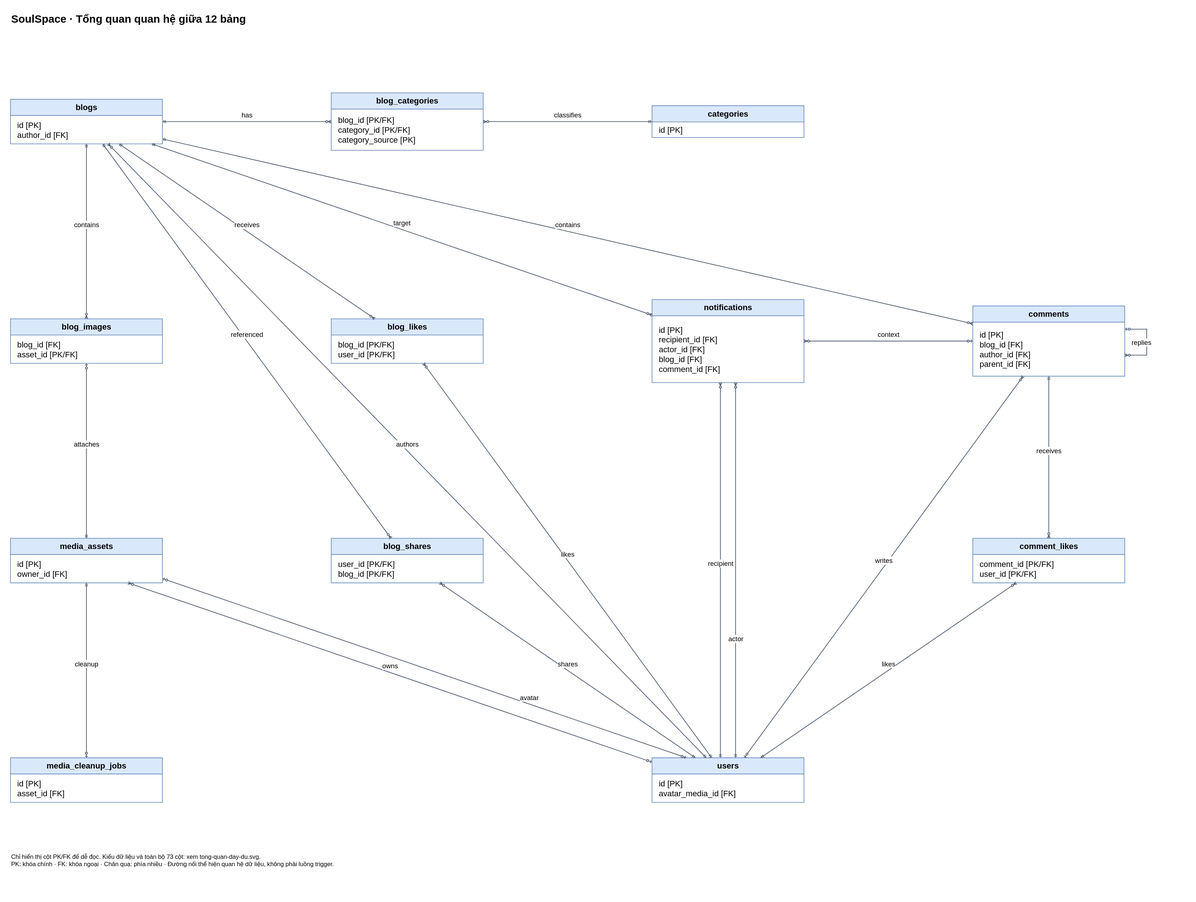
Ngocanhjr/SoulSpace keeps this draw.io diagram as docs/spec/assets/erd/tong-quan.svg. Above is the earlier version. Source tidied: cells renumbered, new cells last; positions are measured from the earlier drawing's top-left corner, leaving out a move shared by most shapes.
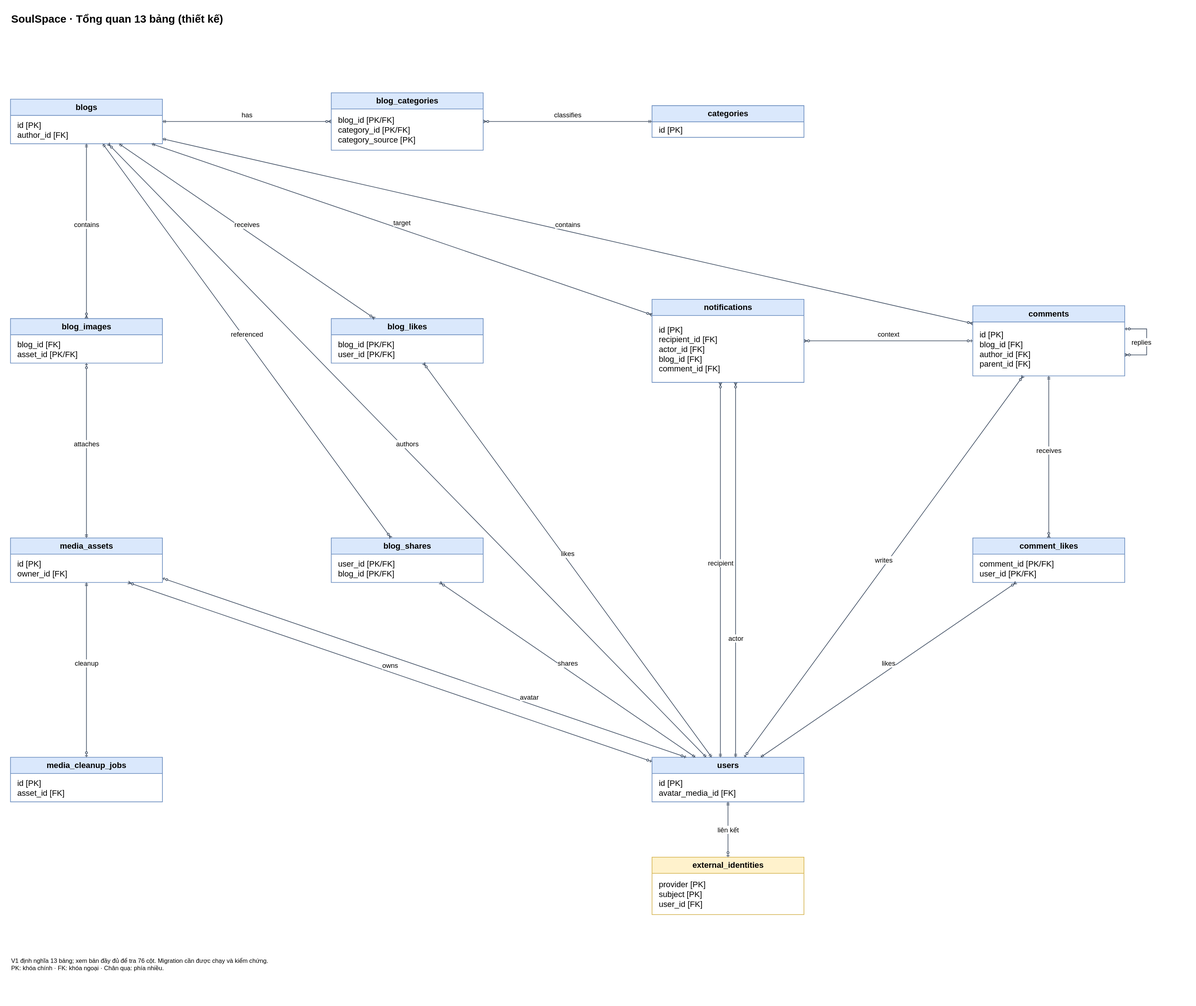
Above is the later version.

What changed in the source:
```diff
@@ -182,11 +182,20 @@
         <mxPoint y="-20" as="offset" />
       </mxGeometry>
     </mxCell>
-    <mxCell id="47" value="SoulSpace · Tổng quan quan hệ giữa 12 bảng" style="text;html=1;fontSize=32;fontStyle=1;strokeColor=none;fillColor=none;align=left;" parent="1" vertex="1">
+    <mxCell id="47" value="SoulSpace · Tổng quan 13 bảng (thiết kế)" style="text;html=1;fontSize=32;fontStyle=1;strokeColor=none;fillColor=none;align=left;" parent="1" vertex="1">
       <mxGeometry width="3200" height="70" as="geometry" />
     </mxCell>
-    <mxCell id="48" value="Chỉ hiển thị cột PK/FK để dễ đọc. Kiểu dữ liệu và toàn bộ 73 cột: xem tong-quan-day-du.svg.&lt;br&gt;PK: khóa chính · FK: khóa ngoại · Chân quạ: phía nhiều · Đường nối thể hiện quan hệ dữ liệu, không phải luồng trigger." style="text;html=1;fontSize=18;strokeColor=none;fillColor=none;align=left;" parent="1" vertex="1">
-      <mxGeometry y="2490" width="3450" height="90" as="geometry" />
+    <mxCell id="48" value="V1 định nghĩa 13 bảng; xem bản đầy đủ để tra 76 cột. Migration cần được chạy và kiểm chứng.&lt;br&gt;PK: khóa chính · FK: khóa ngoại · Chân quạ: phía nhiều." style="text;html=1;fontSize=18;strokeColor=none;fillColor=none;align=left;" parent="1" vertex="1">
+      <mxGeometry y="2800" width="3450" height="90" as="geometry" />
     </mxCell>
+    <mxCell id="49" value="external_identities" style="swimlane;startSize=48;horizontal=1;rounded=0;whiteSpace=wrap;html=1;fontSize=24;fontStyle=1;fillColor=#fff2cc;swimlaneFillColor=#ffffff;strokeColor=#d6b656;strokeWidth=2;" parent="1" vertex="1">
+      <mxGeometry x="1900" y="2510" width="450" height="170" as="geometry" />
+    </mxCell>
+    <mxCell id="50" value="provider [PK]&lt;br&gt;subject [PK]&lt;br&gt;user_id [FK]" style="text;whiteSpace=wrap;html=1;fontSize=24;align=left;verticalAlign=middle;spacingLeft=18;strokeColor=none;fillColor=none;" parent="49" vertex="1">
+      <mxGeometry y="49" width="450" height="121" as="geometry" />
+    </mxCell>
+    <mxCell id="51" value="liên kết" style="startArrow=ERmandOne;endArrow=ERzeroToOne;html=1;fontSize=20;strokeColor=#475569;strokeWidth=2;labelBackgroundColor=#ffffff;edgeStyle=none;rounded=0;curved=0;exitPerimeter=0;entryPerimeter=0;exitX=0.5;exitY=1;entryX=0.5;entryY=0;" parent="1" edge="1" source="24" target="49">
+      <mxGeometry relative="1" as="geometry" />
+    </mxCell>
   </root>
 </mxGraphModel>
```
